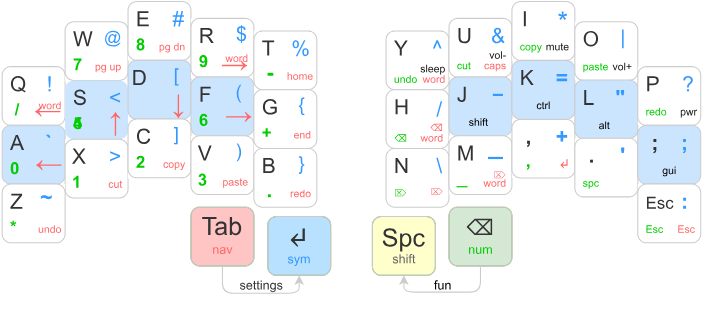
Before: images/BaseKeymap.svg, a diagram exported from draw.io (glenn20/zmk-sweep). Source tidied: cells renumbered, new cells last; positions are measured from the earlier drawing's top-left corner, leaving out a move shared by most shapes.
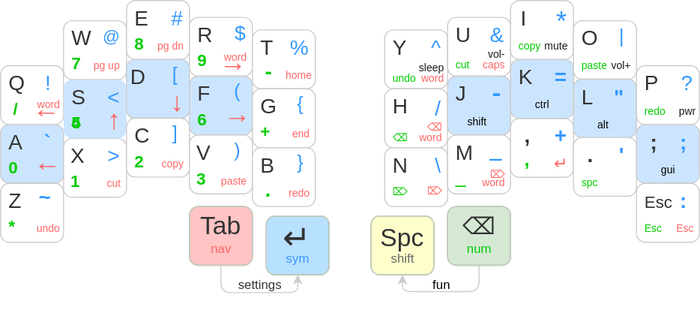
Above is the later version.

What changed in the source:
```diff
@@ -5,7 +5,7 @@
     <mxCell id="2" value="&lt;font color=&quot;#333333&quot; style=&quot;font-weight: normal;&quot;&gt;settings&lt;/font&gt;" style="text;fillColor=#FFFFFF;html=1;verticalAlign=top;align=center;spacingLeft=0;rounded=1;strokeColor=none;fontStyle=1;" parent="1" vertex="1">
       <mxGeometry x="223" y="257" width="47" height="21.9" as="geometry" />
     </mxCell>
-    <mxCell id="3" style="group;fontSize=10;fillColor=#FFFFFF;" parent="1" vertex="1">
+    <mxCell id="3" style="group;fontSize=10;fillColor=#FFFFFF;rounded=1;" parent="1" vertex="1">
       <mxGeometry y="62" width="60" height="56" as="geometry" />
     </mxCell>
     <mxCell id="4" style="rounded=1;whiteSpace=wrap;html=1;fillColor=none;strokeColor=#CCCCCC;" parent="3" vertex="1">
@@ -41,7 +41,7 @@
     <mxCell id="14" value="&lt;font style=&quot;font-size: 26px; font-weight: normal;&quot; color=&quot;#ff6666&quot;&gt;←&lt;/font&gt;" style="html=1;fontSize=26;fontFamily=Helvetica;fontStyle=1;fillColor=none;rounded=1;align=right;verticalAlign=middle;spacingLeft=0;strokeColor=none;fontColor=#E6E6E6;spacing=0;spacingTop=-4;spacingRight=0;" parent="9" vertex="1">
       <mxGeometry x="28.5" y="24" width="28.5" height="28.5" as="geometry" />
     </mxCell>
-    <mxCell id="15" style="group;fillColor=#FFFFFF;" parent="1" vertex="1">
+    <mxCell id="15" style="group;fillColor=#FFFFFF;rounded=1;" parent="1" vertex="1">
       <mxGeometry x="366" y="28" width="60" height="56" as="geometry" />
     </mxCell>
     <mxCell id="16" style="rounded=1;whiteSpace=wrap;html=1;fillColor=none;strokeColor=#CCCCCC;" parent="15" vertex="1">
@@ -59,7 +59,7 @@
     <mxCell id="20" value="&lt;p style=&quot;line-height: 0%;&quot;&gt;&lt;font style=&quot;font-weight: normal;&quot; color=&quot;#1a1a1a&quot;&gt;sleep&lt;/font&gt;&lt;/p&gt;&lt;p style=&quot;line-height: 0%;&quot;&gt;&lt;font style=&quot;font-weight: normal;&quot; color=&quot;#ff6666&quot;&gt;word&lt;/font&gt;&lt;br&gt;&lt;/p&gt;&lt;p style=&quot;font-size: 10px;&quot;&gt;&lt;/p&gt;" style="html=1;fontSize=10;fontFamily=Helvetica;fontStyle=1;fillColor=none;rounded=1;align=right;verticalAlign=bottom;spacingLeft=0;strokeColor=none;fontColor=#E6E6E6;spacing=0;spacingTop=0;spacingRight=4;spacingBottom=-2;" parent="15" vertex="1">
       <mxGeometry x="31.5" y="27" width="28.5" height="28.5" as="geometry" />
     </mxCell>
-    <mxCell id="21" style="group;fillColor=#FFFFFF;" parent="1" vertex="1">
+    <mxCell id="21" style="group;fillColor=#FFFFFF;rounded=1;" parent="1" vertex="1">
       <mxGeometry x="366" y="84" width="60" height="56" as="geometry" />
     </mxCell>
     <mxCell id="22" style="rounded=1;whiteSpace=wrap;html=1;fillColor=none;strokeColor=#CCCCCC;" parent="21" vertex="1">
@@ -77,7 +77,7 @@
     <mxCell id="26" value="&lt;font color=&quot;#3399ff&quot; style=&quot;font-size: 20px; font-weight: normal;&quot;&gt;/&lt;/font&gt;" style="whiteSpace=wrap;html=1;fontSize=18;fontFamily=Helvetica;fontStyle=1;fillColor=none;rounded=1;align=right;verticalAlign=top;spacingLeft=0;strokeColor=none;fontColor=#E6E6E6;spacing=0;spacingTop=2;spacingRight=4;" parent="21" vertex="1">
       <mxGeometry x="29.4" width="28.5" height="28.5" as="geometry" />
     </mxCell>
-    <mxCell id="27" style="group;fillColor=#FFFFFF;" parent="1" vertex="1">
+    <mxCell id="27" style="group;fillColor=#FFFFFF;rounded=1;" parent="1" vertex="1">
       <mxGeometry x="366" y="140" width="60" height="56" as="geometry" />
     </mxCell>
     <mxCell id="28" style="rounded=1;whiteSpace=wrap;html=1;fillColor=none;strokeColor=#CCCCCC;" parent="27" vertex="1">
@@ -95,7 +95,7 @@
     <mxCell id="32" value="&lt;font color=&quot;#3399ff&quot; style=&quot;font-size: 20px; font-weight: normal;&quot;&gt;\&lt;/font&gt;" style="whiteSpace=wrap;html=1;fontSize=18;fontFamily=Helvetica;fontStyle=1;fillColor=none;rounded=1;align=right;verticalAlign=top;spacingLeft=0;strokeColor=none;fontColor=#E6E6E6;spacing=0;spacingTop=0;spacingRight=4;" parent="27" vertex="1">
       <mxGeometry x="29.4" width="28.5" height="28.5" as="geometry" />
     </mxCell>
-    <mxCell id="33" style="group;fillColor=#FFFFFF;" parent="1" vertex="1">
+    <mxCell id="33" style="group;fillColor=#FFFFFF;rounded=1;" parent="1" vertex="1">
       <mxGeometry x="60" y="19.2" width="60" height="57" as="geometry" />
     </mxCell>
     <mxCell id="34" style="rounded=1;whiteSpace=wrap;html=1;fillColor=none;strokeColor=#CCCCCC;" parent="33" vertex="1">
@@ -131,7 +131,7 @@
     <mxCell id="44" value="&lt;font color=&quot;#00cc00&quot; size=&quot;1&quot;&gt;&lt;span style=&quot;font-size: 16px;&quot;&gt;5&lt;/span&gt;&lt;/font&gt;" style="whiteSpace=wrap;html=1;fontSize=20;fontFamily=Helvetica;fontStyle=1;fillColor=none;rounded=1;align=left;verticalAlign=middle;spacingLeft=8;strokeColor=none;fontColor=#E6E6E6;spacing=0;spacingTop=-4;" parent="39" vertex="1">
       <mxGeometry y="27" width="28.5" height="28.5" as="geometry" />
     </mxCell>
-    <mxCell id="45" style="group;fillColor=#FFFFFF;" parent="1" vertex="1">
+    <mxCell id="45" style="group;fillColor=#FFFFFF;rounded=1;" parent="1" vertex="1">
       <mxGeometry x="60" y="131.2" width="60" height="56" as="geometry" />
     </mxCell>
     <mxCell id="46" style="rounded=1;whiteSpace=wrap;html=1;fillColor=none;strokeColor=#CCCCCC;" parent="45" vertex="1">
@@ -149,7 +149,7 @@
     <mxCell id="50" value="&lt;font color=&quot;#ff6666&quot; size=&quot;1&quot;&gt;&lt;span style=&quot;font-weight: 400;&quot;&gt;cut&lt;/span&gt;&lt;/font&gt;" style="html=1;fontSize=20;fontFamily=Helvetica;fontStyle=1;fillColor=none;rounded=1;align=right;verticalAlign=middle;spacingLeft=0;strokeColor=none;fontColor=#E6E6E6;spacing=0;spacingTop=-4;spacingRight=4;" parent="45" vertex="1">
       <mxGeometry x="29.4" y="27" width="28.5" height="28.5" as="geometry" />
     </mxCell>
-    <mxCell id="51" style="group;fillColor=#FFFFFF;" parent="1" vertex="1">
+    <mxCell id="51" style="group;fillColor=#FFFFFF;rounded=1;" parent="1" vertex="1">
       <mxGeometry x="120" width="60" height="56" as="geometry" />
     </mxCell>
     <mxCell id="52" style="rounded=1;whiteSpace=wrap;html=1;fillColor=none;strokeColor=#CCCCCC;" parent="51" vertex="1">
@@ -182,7 +182,7 @@
     <mxCell id="61" value="&lt;font style=&quot;font-size: 26px; font-weight: normal;&quot; color=&quot;#ff6666&quot;&gt;↓&lt;/font&gt;" style="html=1;fontSize=26;fontFamily=Helvetica;fontStyle=1;fillColor=none;rounded=1;align=right;verticalAlign=middle;spacingLeft=0;strokeColor=none;fontColor=#E6E6E6;spacing=0;spacingTop=-4;spacingRight=4;" parent="57" vertex="1">
       <mxGeometry x="29.4" y="28.5" width="28.5" height="28.5" as="geometry" />
     </mxCell>
-    <mxCell id="62" style="group;fillColor=#FFFFFF;" parent="1" vertex="1">
+    <mxCell id="62" style="group;fillColor=#FFFFFF;rounded=1;" parent="1" vertex="1">
       <mxGeometry x="120" y="112" width="60" height="57" as="geometry" />
     </mxCell>
     <mxCell id="63" style="rounded=1;whiteSpace=wrap;html=1;fillColor=none;strokeColor=#CCCCCC;" parent="62" vertex="1">
@@ -200,7 +200,7 @@
     <mxCell id="67" value="&lt;font color=&quot;#ff6666&quot; size=&quot;1&quot;&gt;&lt;span style=&quot;font-weight: 400;&quot;&gt;copy&lt;/span&gt;&lt;/font&gt;" style="html=1;fontSize=20;fontFamily=Helvetica;fontStyle=1;fillColor=none;rounded=1;align=right;verticalAlign=middle;spacingLeft=0;strokeColor=none;fontColor=#E6E6E6;spacing=0;spacingTop=-4;spacingRight=4;" parent="62" vertex="1">
       <mxGeometry x="29.4" y="27" width="28.5" height="28.5" as="geometry" />
     </mxCell>
-    <mxCell id="68" style="group;fontSize=10;fillColor=#FFFFFF;" parent="1" vertex="1">
+    <mxCell id="68" style="group;fontSize=10;fillColor=#FFFFFF;rounded=1;" parent="1" vertex="1">
       <mxGeometry x="180" y="16" width="60" height="57" as="geometry" />
     </mxCell>
     <mxCell id="69" style="rounded=1;whiteSpace=wrap;html=1;fillColor=none;strokeColor=#CCCCCC;" parent="68" vertex="1">
@@ -236,7 +236,7 @@
     <mxCell id="79" value="&lt;font color=&quot;#3399ff&quot; style=&quot;font-weight: normal; font-size: 18px;&quot;&gt;(&amp;nbsp;&lt;/font&gt;" style="whiteSpace=wrap;html=1;fontSize=18;fontFamily=Helvetica;fontStyle=1;fillColor=none;rounded=1;align=right;verticalAlign=top;spacingLeft=0;strokeColor=none;fontColor=#E6E6E6;spacing=0;spacingTop=0;spacingRight=4;" parent="74" vertex="1">
       <mxGeometry x="29.4" width="28.5" height="28.5" as="geometry" />
     </mxCell>
-    <mxCell id="80" style="group;fillColor=#FFFFFF;" parent="1" vertex="1">
+    <mxCell id="80" style="group;fillColor=#FFFFFF;rounded=1;" parent="1" vertex="1">
       <mxGeometry x="180" y="128" width="60" height="56" as="geometry" />
     </mxCell>
     <mxCell id="81" style="rounded=1;whiteSpace=wrap;html=1;fillColor=none;strokeColor=#CCCCCC;" parent="80" vertex="1">
@@ -254,7 +254,7 @@
     <mxCell id="85" value="&lt;font color=&quot;#ff6666&quot; size=&quot;1&quot;&gt;&lt;span style=&quot;font-weight: 400;&quot;&gt;paste&lt;/span&gt;&lt;/font&gt;" style="html=1;fontSize=20;fontFamily=Helvetica;fontStyle=1;fillColor=none;rounded=1;align=right;verticalAlign=middle;spacingLeft=0;strokeColor=none;fontColor=#E6E6E6;spacing=0;spacingTop=-4;spacingRight=4;" parent="80" vertex="1">
       <mxGeometry x="29.4" y="27.5" width="28.5" height="28.5" as="geometry" />
     </mxCell>
-    <mxCell id="86" style="group;fillColor=#FFFFFF;" parent="1" vertex="1">
+    <mxCell id="86" style="group;fillColor=#FFFFFF;rounded=1;" parent="1" vertex="1">
       <mxGeometry x="240" y="28" width="60" height="56" as="geometry" />
     </mxCell>
     <mxCell id="87" style="rounded=1;whiteSpace=wrap;html=1;fillColor=none;strokeColor=#CCCCCC;" parent="86" vertex="1">
@@ -272,7 +272,7 @@
     <mxCell id="91" value="&lt;font color=&quot;#ff6666&quot; size=&quot;1&quot;&gt;&lt;span style=&quot;font-weight: 400;&quot;&gt;home&lt;/span&gt;&lt;/font&gt;" style="html=1;fontSize=20;fontFamily=Helvetica;fontStyle=1;fillColor=none;rounded=1;align=right;verticalAlign=middle;spacingLeft=0;strokeColor=none;fontColor=#E6E6E6;spacing=0;spacingTop=-4;spacingRight=4;" parent="86" vertex="1">
       <mxGeometry x="31.5" y="27" width="28.5" height="28.5" as="geometry" />
     </mxCell>
-    <mxCell id="92" style="group;fillColor=#FFFFFF;" parent="1" vertex="1">
+    <mxCell id="92" style="group;fillColor=#FFFFFF;rounded=1;" parent="1" vertex="1">
       <mxGeometry x="240" y="84" width="60" height="56" as="geometry" />
     </mxCell>
     <mxCell id="93" style="rounded=1;whiteSpace=wrap;html=1;fillColor=none;strokeColor=#CCCCCC;" parent="92" vertex="1">
@@ -290,7 +290,7 @@
     <mxCell id="97" value="&lt;font color=&quot;#ff6666&quot; size=&quot;1&quot;&gt;&lt;span style=&quot;font-weight: 400;&quot;&gt;end&lt;/span&gt;&lt;/font&gt;" style="html=1;fontSize=20;fontFamily=Helvetica;fontStyle=1;fillColor=none;rounded=1;align=right;verticalAlign=middle;spacingLeft=0;strokeColor=none;fontColor=#E6E6E6;spacing=0;spacingTop=-4;spacingRight=4;" parent="92" vertex="1">
       <mxGeometry x="29.4" y="27" width="28.5" height="28.5" as="geometry" />
     </mxCell>
-    <mxCell id="98" style="group;verticalAlign=top;fillColor=#FFFFFF;" parent="1" vertex="1">
+    <mxCell id="98" style="group;verticalAlign=top;fillColor=#FFFFFF;rounded=1;" parent="1" vertex="1">
       <mxGeometry x="426" y="16" width="60" height="56" as="geometry" />
     </mxCell>
     <mxCell id="99" style="rounded=1;whiteSpace=wrap;html=1;fillColor=none;strokeColor=#CCCCCC;" parent="98" vertex="1">
@@ -323,7 +323,7 @@
     <mxCell id="108" value="&lt;font color=&quot;#3399ff&quot; style=&quot;&quot;&gt;&lt;font face=&quot;Courier New&quot; style=&quot;font-size: 23px;&quot;&gt;-&lt;/font&gt;&lt;/font&gt;" style="whiteSpace=wrap;html=1;fontSize=18;fontFamily=Helvetica;fontStyle=1;fillColor=none;rounded=1;align=right;verticalAlign=top;spacingLeft=0;strokeColor=none;fontColor=#E6E6E6;spacing=0;spacingTop=0;spacingRight=4;" parent="104" vertex="1">
       <mxGeometry x="29.4" width="28.5" height="28.5" as="geometry" />
     </mxCell>
-    <mxCell id="109" style="group;fillColor=#FFFFFF;" parent="1" vertex="1">
+    <mxCell id="109" style="group;fillColor=#FFFFFF;rounded=1;" parent="1" vertex="1">
       <mxGeometry x="426" y="128" width="60" height="56" as="geometry" />
     </mxCell>
     <mxCell id="110" style="rounded=1;whiteSpace=wrap;html=1;fillColor=none;strokeColor=#CCCCCC;" parent="109" vertex="1">
@@ -341,7 +341,7 @@
     <mxCell id="114" value="&lt;font face=&quot;Lucida Console&quot; color=&quot;#3399ff&quot; style=&quot;font-size: 23px;&quot;&gt;_&lt;/font&gt;" style="whiteSpace=wrap;html=1;fontSize=18;fontFamily=Helvetica;fontStyle=1;fillColor=none;rounded=1;align=right;verticalAlign=top;spacingLeft=0;strokeColor=none;fontColor=#E6E6E6;spacing=0;spacingTop=-4;spacingRight=6;spacingBottom=0;" parent="109" vertex="1">
       <mxGeometry x="29.4" width="28.5" height="28.5" as="geometry" />
     </mxCell>
-    <mxCell id="115" style="group;fillColor=#FFFFFF;" parent="1" vertex="1">
+    <mxCell id="115" style="group;fillColor=#FFFFFF;rounded=1;" parent="1" vertex="1">
       <mxGeometry x="486" y="112.2" width="60" height="56" as="geometry" />
     </mxCell>
     <mxCell id="116" style="rounded=1;whiteSpace=wrap;html=1;fillColor=none;strokeColor=#CCCCCC;" parent="115" vertex="1">
@@ -359,7 +359,7 @@
     <mxCell id="120" value="&lt;font color=&quot;#3399ff&quot; style=&quot;font-size: 20px;&quot;&gt;+&lt;/font&gt;" style="whiteSpace=wrap;html=1;fontSize=20;fontFamily=Helvetica;fontStyle=1;fillColor=none;rounded=1;align=right;verticalAlign=top;spacingLeft=0;strokeColor=none;fontColor=#E6E6E6;spacing=0;spacingTop=0;spacingRight=4;" parent="115" vertex="1">
       <mxGeometry x="29.4" width="28.5" height="28.5" as="geometry" />
     </mxCell>
-    <mxCell id="121" style="group;fillColor=#FFFFFF;" parent="1" vertex="1">
+    <mxCell id="121" style="group;fillColor=#FFFFFF;rounded=1;" parent="1" vertex="1">
       <mxGeometry x="486" width="60" height="56" as="geometry" />
     </mxCell>
     <mxCell id="122" style="rounded=1;whiteSpace=wrap;html=1;fillColor=none;strokeColor=#CCCCCC;" parent="121" vertex="1">
@@ -392,7 +392,7 @@
     <mxCell id="131" value="&lt;font color=&quot;#3399ff&quot; style=&quot;font-size: 20px;&quot;&gt;&lt;span style=&quot;font-size: 20px;&quot;&gt;=&lt;/span&gt;&lt;/font&gt;" style="whiteSpace=wrap;html=1;fontSize=20;fontFamily=Helvetica;fontStyle=1;fillColor=none;rounded=1;align=right;verticalAlign=top;spacingLeft=0;strokeColor=none;fontColor=#E6E6E6;spacing=0;spacingTop=0;spacingRight=4;" parent="127" vertex="1">
       <mxGeometry x="29.4" width="28.5" height="28.5" as="geometry" />
     </mxCell>
-    <mxCell id="132" style="group;fillColor=#FFFFFF;" parent="1" vertex="1">
+    <mxCell id="132" style="group;fillColor=#FFFFFF;rounded=1;" parent="1" vertex="1">
       <mxGeometry x="546" y="19.2" width="60" height="56" as="geometry" />
     </mxCell>
     <mxCell id="133" style="rounded=1;whiteSpace=wrap;html=1;fillColor=none;strokeColor=#CCCCCC;" parent="132" vertex="1">
@@ -425,7 +425,7 @@
     <mxCell id="142" value="&lt;font color=&quot;#3399ff&quot; style=&quot;font-size: 20px;&quot;&gt;&lt;span style=&quot;font-size: 20px;&quot;&gt;&quot;&amp;nbsp;&lt;/span&gt;&lt;/font&gt;" style="whiteSpace=wrap;html=1;fontSize=20;fontFamily=Helvetica;fontStyle=1;fillColor=none;rounded=1;align=right;verticalAlign=top;spacingLeft=0;strokeColor=none;fontColor=#E6E6E6;spacing=0;spacingTop=0;spacingRight=4;" parent="138" vertex="1">
       <mxGeometry x="29.4" width="28.5" height="28.5" as="geometry" />
     </mxCell>
-    <mxCell id="143" style="group;fillColor=#FFFFFF;" parent="1" vertex="1">
+    <mxCell id="143" style="group;fillColor=#FFFFFF;rounded=1;" parent="1" vertex="1">
       <mxGeometry x="546" y="130.2" width="60" height="56" as="geometry" />
     </mxCell>
     <mxCell id="144" style="rounded=1;whiteSpace=wrap;html=1;fillColor=none;strokeColor=#CCCCCC;" parent="143" vertex="1">
@@ -443,7 +443,7 @@
     <mxCell id="148" value="&lt;font color=&quot;#3399ff&quot; style=&quot;font-size: 20px;&quot;&gt;'&amp;nbsp;&lt;/font&gt;" style="whiteSpace=wrap;html=1;fontSize=18;fontFamily=Helvetica;fontStyle=1;fillColor=none;rounded=1;align=right;verticalAlign=top;spacingLeft=0;strokeColor=none;fontColor=#E6E6E6;spacing=0;spacingTop=0;spacingRight=4;" parent="143" vertex="1">
       <mxGeometry x="29.4" width="28.5" height="28.5" as="geometry" />
     </mxCell>
-    <mxCell id="149" style="group;fillColor=#FFFFFF;" parent="1" vertex="1">
+    <mxCell id="149" style="group;fillColor=#FFFFFF;rounded=1;" parent="1" vertex="1">
       <mxGeometry x="606" y="62" width="60" height="56" as="geometry" />
     </mxCell>
     <mxCell id="150" style="rounded=1;whiteSpace=wrap;html=1;fillColor=none;strokeColor=#CCCCCC;" parent="149" vertex="1">
@@ -476,7 +476,7 @@
     <mxCell id="159" value="&lt;font color=&quot;#3399ff&quot; style=&quot;font-size: 20px;&quot;&gt;;&amp;nbsp;&lt;/font&gt;" style="whiteSpace=wrap;html=1;fontSize=20;fontFamily=Helvetica;fontStyle=1;fillColor=none;rounded=1;align=right;verticalAlign=top;spacingLeft=0;strokeColor=none;fontColor=#E6E6E6;spacing=0;spacingTop=0;spacingRight=4;" parent="155" vertex="1">
       <mxGeometry x="29.4" width="28.5" height="28.5" as="geometry" />
     </mxCell>
-    <mxCell id="160" style="group;fillColor=#FFFFFF;" parent="1" vertex="1">
+    <mxCell id="160" style="group;fillColor=#FFFFFF;rounded=1;" parent="1" vertex="1">
       <mxGeometry x="606" y="174" width="60" height="56" as="geometry" />
     </mxCell>
     <mxCell id="161" style="rounded=1;whiteSpace=wrap;html=1;fillColor=none;strokeColor=#CCCCCC;" parent="160" vertex="1">
@@ -542,7 +542,7 @@
     <mxCell id="181" value="&lt;font color=&quot;#ff6666&quot; size=&quot;1&quot;&gt;&lt;span style=&quot;font-weight: 400; font-size: 12px;&quot;&gt;nav&lt;/span&gt;&lt;/font&gt;" style="html=1;fontSize=20;fontFamily=Helvetica;fontStyle=1;fillColor=none;rounded=1;align=center;verticalAlign=bottom;spacingLeft=0;strokeColor=none;fontColor=#E6E6E6;spacing=0;spacingTop=-4;spacingRight=0;spacingBottom=6;" parent="178" vertex="1">
       <mxGeometry y="27.5" width="60" height="28.5" as="geometry" />
     </mxCell>
-    <mxCell id="182" style="group;fillColor=#FFFFFF;" parent="1" vertex="1">
+    <mxCell id="182" style="group;fillColor=#FFFFFF;rounded=1;" parent="1" vertex="1">
       <mxGeometry x="240" y="140" width="60" height="57" as="geometry" />
     </mxCell>
     <mxCell id="183" style="rounded=1;whiteSpace=wrap;html=1;fillColor=none;strokeColor=#CCCCCC;" parent="182" vertex="1">
@@ -582,7 +582,7 @@
     <mxCell id="191" style="edgeStyle=orthogonalEdgeStyle;rounded=0;orthogonalLoop=1;jettySize=auto;html=1;exitX=0.5;exitY=1;exitDx=0;exitDy=0;" parent="1" edge="1" source="189" target="189">
       <mxGeometry relative="1" as="geometry" />
     </mxCell>
-    <mxCell id="192" style="group;fillColor=#FFFFFF;" parent="1" vertex="1">
+    <mxCell id="192" style="group;fillColor=#FFFFFF;rounded=1;" parent="1" vertex="1">
       <mxGeometry y="174" width="60" height="56" as="geometry" />
     </mxCell>
     <mxCell id="193" style="rounded=1;whiteSpace=wrap;html=1;fillColor=none;strokeColor=#CCCCCC;" parent="192" vertex="1">
```
